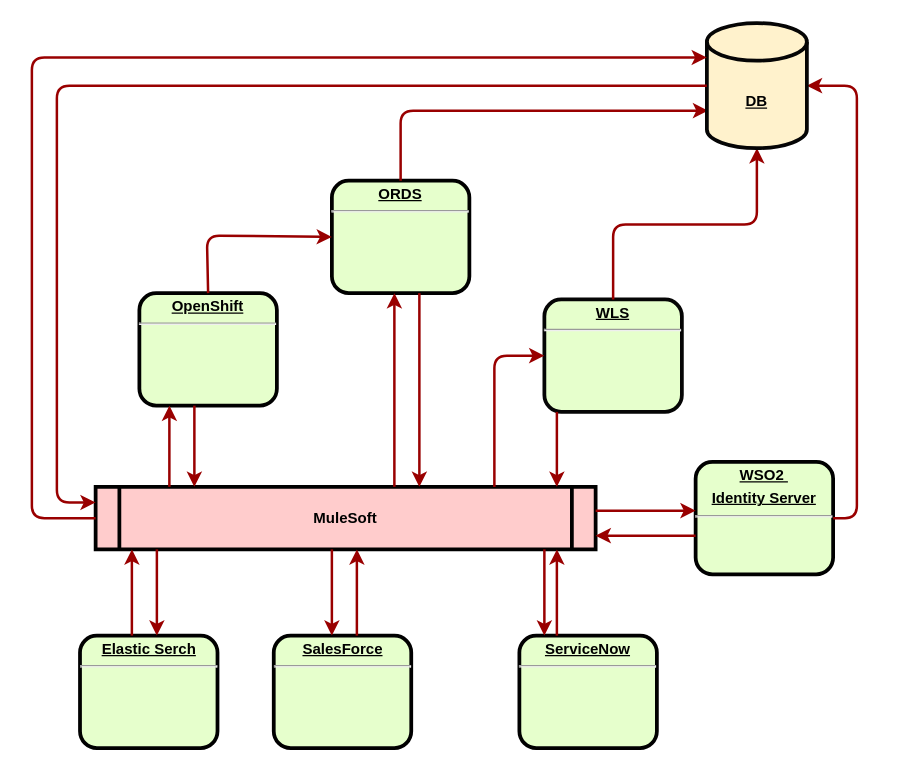
The draw.io diagram Flujo.drawio in jrmedrano11/Diagrams, before the edit. Source tidied: cells renumbered, new cells numbered last; positions are measured from the earlier drawing's top-left corner, leaving out a move shared by most shapes. Both pictures are drawn from the tidied source at 125%, with x=0, y=0 at pixel (31, 22).
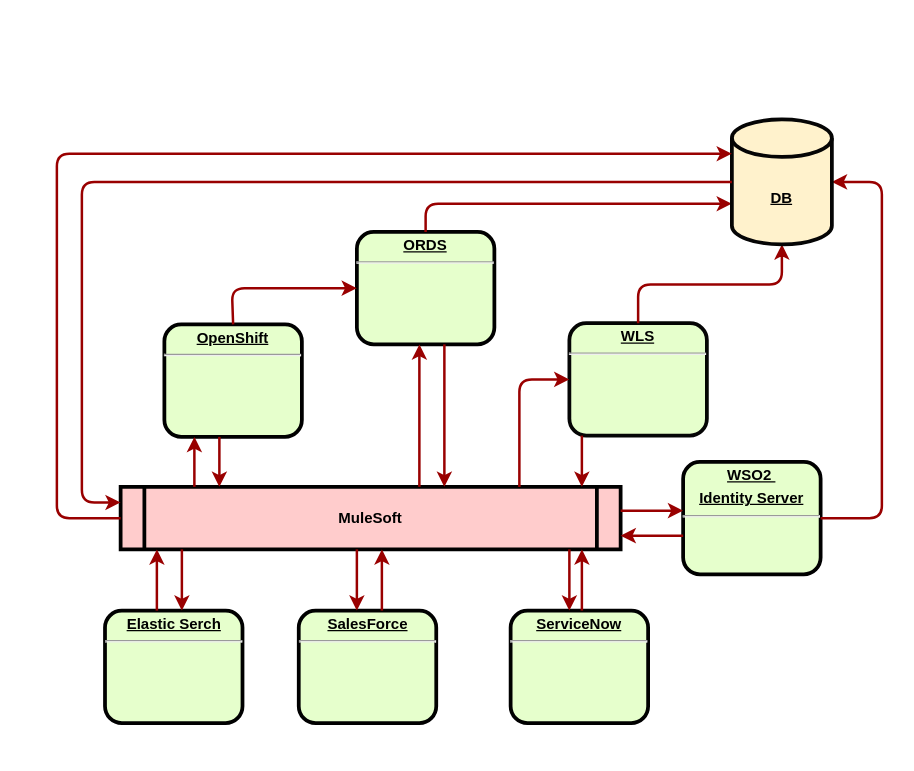
The same page after the edit.

What changed in the source:
```diff
@@
     <mxCell id="2" value="&lt;p style=&quot;margin: 0px; margin-top: 4px; text-align: center; text-decoration: underline;&quot;&gt;&lt;strong&gt;OpenShift&lt;/strong&gt;&lt;/p&gt;&lt;hr&gt;&lt;p style=&quot;margin: 0px; margin-left: 8px;&quot;&gt;&lt;br&gt;&lt;/p&gt;" style="verticalAlign=middle;align=center;overflow=fill;fontSize=12;fontFamily=Helvetica;html=1;rounded=1;fontStyle=1;strokeWidth=3;fillColor=#E6FFCC;" parent="1" vertex="1">
-      <mxGeometry x="86" y="216" width="110" height="90" as="geometry" />
+      <mxGeometry x="106" y="241" width="110" height="90" as="geometry" />
     </mxCell>
     <mxCell id="3" value="MuleSoft" style="shape=process;whiteSpace=wrap;align=center;verticalAlign=middle;size=0.0475;fontStyle=1;strokeWidth=3;fillColor=#FFCCCC;" parent="1" vertex="1">
-      <mxGeometry x="51" y="371" width="400" height="50" as="geometry" />
+      <mxGeometry x="71" y="371" width="400" height="50" as="geometry" />
     </mxCell>
     <mxCell id="4" value="&lt;p style=&quot;margin: 0px; margin-top: 4px; text-align: center; text-decoration: underline;&quot;&gt;&lt;strong&gt;ORDS&lt;br&gt;&lt;/strong&gt;&lt;/p&gt;&lt;hr&gt;&lt;p style=&quot;margin: 0px; margin-left: 8px;&quot;&gt;&lt;br&gt;&lt;/p&gt;" style="verticalAlign=middle;align=center;overflow=fill;fontSize=12;fontFamily=Helvetica;html=1;rounded=1;fontStyle=1;strokeWidth=3;fillColor=#E6FFCC;" parent="1" vertex="1">
-      <mxGeometry x="240" y="126" width="110" height="90" as="geometry" />
+      <mxGeometry x="260" y="167" width="110" height="90" as="geometry" />
     </mxCell>
     <mxCell id="5" value="&lt;p style=&quot;border-color: var(--border-color); margin: 4px 0px 0px; text-decoration-line: underline;&quot;&gt;&lt;strong style=&quot;border-color: var(--border-color);&quot;&gt;WSO2&amp;nbsp;&lt;/strong&gt;&lt;/p&gt;&lt;p style=&quot;border-color: var(--border-color); margin: 4px 0px 0px; text-decoration-line: underline;&quot;&gt;&lt;strong style=&quot;border-color: var(--border-color);&quot;&gt;Identity Server&lt;br style=&quot;border-color: var(--border-color);&quot;&gt;&lt;/strong&gt;&lt;/p&gt;&lt;hr style=&quot;border-color: var(--border-color);&quot;&gt;&lt;p style=&quot;border-color: var(--border-color); margin: 0px 0px 0px 8px;&quot;&gt;&lt;br style=&quot;border-color: var(--border-color);&quot;&gt;&lt;/p&gt;" style="verticalAlign=middle;align=center;overflow=fill;fontSize=12;fontFamily=Helvetica;html=1;rounded=1;fontStyle=1;strokeWidth=3;fillColor=#E6FFCC;" parent="1" vertex="1">
-      <mxGeometry x="531" y="351" width="110" height="90" as="geometry" />
+      <mxGeometry x="521" y="351" width="110" height="90" as="geometry" />
     </mxCell>
     <mxCell id="6" value="&lt;p style=&quot;margin: 0px; margin-top: 4px; text-align: center; text-decoration: underline;&quot;&gt;&lt;strong&gt;WLS&lt;br&gt;&lt;/strong&gt;&lt;/p&gt;&lt;hr&gt;&lt;p style=&quot;margin: 0px; margin-left: 8px;&quot;&gt;&lt;br&gt;&lt;/p&gt;" style="verticalAlign=middle;align=center;overflow=fill;fontSize=12;fontFamily=Helvetica;html=1;rounded=1;fontStyle=1;strokeWidth=3;fillColor=#E6FFCC;strokeColor=#050505;" parent="1" vertex="1">
-      <mxGeometry x="410" y="221" width="110" height="90" as="geometry" />
+      <mxGeometry x="430" y="240" width="110" height="90" as="geometry" />
     </mxCell>
     <mxCell id="7" value="&lt;p style=&quot;margin: 0px; margin-top: 4px; text-align: center; text-decoration: underline;&quot;&gt;&lt;strong&gt;ServiceNow&lt;/strong&gt;&lt;/p&gt;&lt;hr&gt;&lt;p style=&quot;margin: 0px; margin-left: 8px;&quot;&gt;&lt;br&gt;&lt;/p&gt;" style="verticalAlign=middle;align=center;overflow=fill;fontSize=12;fontFamily=Helvetica;html=1;rounded=1;fontStyle=1;strokeWidth=3;fillColor=#E6FFCC;" parent="1" vertex="1">
-      <mxGeometry x="390" y="490" width="110" height="90" as="geometry" />
+      <mxGeometry x="383" y="470" width="110" height="90" as="geometry" />
     </mxCell>
     <mxCell id="8" value="&lt;p style=&quot;margin: 0px; margin-top: 4px; text-align: center; text-decoration: underline;&quot;&gt;&lt;strong&gt;Elastic Serch&lt;br&gt;&lt;/strong&gt;&lt;/p&gt;&lt;hr&gt;&lt;p style=&quot;margin: 0px; margin-left: 8px;&quot;&gt;&lt;br&gt;&lt;/p&gt;" style="verticalAlign=middle;align=center;overflow=fill;fontSize=12;fontFamily=Helvetica;html=1;rounded=1;fontStyle=1;strokeWidth=3;fillColor=#E6FFCC;" parent="1" vertex="1">
-      <mxGeometry x="38.5" y="490" width="110" height="90" as="geometry" />
+      <mxGeometry x="58.5" y="470" width="110" height="90" as="geometry" />
     </mxCell>
     <mxCell id="9" style="edgeStyle=none;noEdgeStyle=1;strokeColor=#990000;strokeWidth=2;exitX=0.5;exitY=0;exitDx=0;exitDy=0;entryX=0;entryY=0.5;entryDx=0;entryDy=0;" parent="1" edge="1" source="2" target="4">
       <mxGeometry relative="1" as="geometry">
         <Array as="points">
-          <mxPoint x="140" y="170" />
+          <mxPoint x="160" y="212" />
         </Array>
       </mxGeometry>
     </mxCell>
     <mxCell id="10" value="&lt;p style=&quot;margin: 0px; margin-top: 4px; text-align: center; text-decoration: underline;&quot;&gt;&lt;strong style=&quot;background-color: initial;&quot;&gt;SalesForce&lt;/strong&gt;&lt;/p&gt;&lt;hr&gt;&lt;p style=&quot;margin: 0px; margin-left: 8px;&quot;&gt;&lt;br&gt;&lt;/p&gt;" style="verticalAlign=middle;align=center;overflow=fill;fontSize=12;fontFamily=Helvetica;html=1;rounded=1;fontStyle=1;strokeWidth=3;fillColor=#E6FFCC;" parent="1" vertex="1">
-      <mxGeometry x="193.5" y="490" width="110" height="90" as="geometry" />
+      <mxGeometry x="213.5" y="470" width="110" height="90" as="geometry" />
     </mxCell>
     <mxCell id="11" style="edgeStyle=elbowEdgeStyle;elbow=horizontal;strokeColor=#990000;strokeWidth=2;" parent="1" edge="1" source="3" target="2">
       <mxGeometry relative="1" as="geometry">
         <Array as="points">
-          <mxPoint x="110" y="350" />
+          <mxPoint x="130" y="350" />
         </Array>
       </mxGeometry>
     </mxCell>
     <mxCell id="12" style="edgeStyle=elbowEdgeStyle;elbow=horizontal;strokeColor=#990000;strokeWidth=2;" parent="1" edge="1" source="2" target="3">
       <mxGeometry relative="1" as="geometry">
         <Array as="points">
-          <mxPoint x="130" y="340" />
+          <mxPoint x="150" y="340" />
         </Array>
       </mxGeometry>
     </mxCell>
     <mxCell id="13" style="edgeStyle=elbowEdgeStyle;elbow=horizontal;strokeColor=#990000;strokeWidth=2;" parent="1" edge="1" source="3" target="4">
       <mxGeometry relative="1" as="geometry">
         <Array as="points">
-          <mxPoint x="290" y="290" />
+          <mxPoint x="310" y="290" />
         </Array>
       </mxGeometry>
     </mxCell>
     <mxCell id="14" style="edgeStyle=elbowEdgeStyle;elbow=horizontal;strokeColor=#990000;strokeWidth=2;" parent="1" edge="1" source="4" target="3">
       <mxGeometry relative="1" as="geometry">
         <Array as="points">
-          <mxPoint x="310" y="300" />
+          <mxPoint x="330" y="300" />
         </Array>
       </mxGeometry>
     </mxCell>
-    <mxCell id="15" style="edgeStyle=elbowEdgeStyle;elbow=horizontal;strokeColor=#990000;strokeWidth=2;" parent="1" edge="1" source="4">
+    <mxCell id="15" style="edgeStyle=elbowEdgeStyle;elbow=horizontal;strokeColor=#990000;strokeWidth=2;entryX=0;entryY=0;entryDx=0;entryDy=67.5;entryPerimeter=0;" parent="1" edge="1" source="4" target="28">
       <mxGeometry relative="1" as="geometry">
-        <mxPoint x="541" y="70" as="targetPoint" />
         <Array as="points">
-          <mxPoint x="295" y="120" />
+          <mxPoint x="315" y="120" />
         </Array>
       </mxGeometry>
     </mxCell>
@@
     <mxCell id="17" style="edgeStyle=elbowEdgeStyle;elbow=horizontal;strokeColor=#990000;strokeWidth=2;" parent="1" edge="1" source="6" target="3">
       <mxGeometry relative="1" as="geometry">
         <Array as="points">
-          <mxPoint x="420" y="340" />
+          <mxPoint x="440" y="340" />
         </Array>
       </mxGeometry>
     </mxCell>
-    <mxCell id="18" style="edgeStyle=segmentEdgeStyle;strokeColor=#990000;strokeWidth=2;" parent="1" edge="1" source="3" target="6">
+    <mxCell id="18" style="edgeStyle=segmentEdgeStyle;strokeColor=#990000;strokeWidth=2;entryX=0;entryY=0.5;entryDx=0;entryDy=0;" parent="1" edge="1" source="3" target="6">
       <mxGeometry relative="1" as="geometry">
         <Array as="points">
-          <mxPoint x="370" y="266" />
+          <mxPoint x="390" y="285" />
         </Array>
       </mxGeometry>
     </mxCell>
     <mxCell id="19" style="edgeStyle=elbowEdgeStyle;elbow=vertical;strokeColor=#990000;strokeWidth=2;" parent="1" edge="1" source="3" target="5">
       <mxGeometry relative="1" as="geometry">
         <Array as="points">
-          <mxPoint x="500" y="390" />
+          <mxPoint x="520" y="390" />
         </Array>
       </mxGeometry>
     </mxCell>
     <mxCell id="20" style="edgeStyle=elbowEdgeStyle;elbow=vertical;strokeColor=#990000;strokeWidth=2;" parent="1" edge="1" source="5" target="3">
       <mxGeometry relative="1" as="geometry">
         <Array as="points">
-          <mxPoint x="500" y="410" />
+          <mxPoint x="520" y="410" />
         </Array>
       </mxGeometry>
     </mxCell>
     <mxCell id="21" style="edgeStyle=elbowEdgeStyle;elbow=horizontal;strokeColor=#990000;strokeWidth=2;" parent="1" edge="1" source="7" target="3">
       <mxGeometry relative="1" as="geometry">
         <Array as="points">
-          <mxPoint x="420" y="450" />
+          <mxPoint x="440" y="450" />
         </Array>
       </mxGeometry>
     </mxCell>
     <mxCell id="22" style="edgeStyle=elbowEdgeStyle;elbow=horizontal;strokeColor=#990000;strokeWidth=2;" parent="1" edge="1" source="3" target="7">
       <mxGeometry relative="1" as="geometry">
         <Array as="points">
-          <mxPoint x="410" y="460" />
+          <mxPoint x="430" y="460" />
         </Array>
       </mxGeometry>
     </mxCell>
     <mxCell id="23" style="edgeStyle=elbowEdgeStyle;elbow=horizontal;strokeColor=#990000;strokeWidth=2;entryX=1;entryY=0.5;entryDx=0;entryDy=0;entryPerimeter=0;exitX=1;exitY=0.5;exitDx=0;exitDy=0;" parent="1" edge="1" source="5" target="28">
       <mxGeometry relative="1" as="geometry">
         <Array as="points">
-          <mxPoint x="660" y="240" />
-          <mxPoint x="630" y="210" />
-          <mxPoint x="650" y="610" />
-          <mxPoint x="650" y="660" />
-          <mxPoint x="660" y="290" />
-          <mxPoint x="530" y="610" />
-          <mxPoint x="660" y="190" />
+          <mxPoint x="680" y="240" />
+          <mxPoint x="650" y="210" />
+          <mxPoint x="670" y="610" />
+          <mxPoint x="670" y="660" />
+          <mxPoint x="680" y="290" />
+          <mxPoint x="550" y="610" />
+          <mxPoint x="680" y="190" />
         </Array>
       </mxGeometry>
     </mxCell>
     <mxCell id="24" style="edgeStyle=elbowEdgeStyle;elbow=horizontal;strokeColor=#990000;strokeWidth=2;" parent="1" edge="1" source="3" target="10">
       <mxGeometry relative="1" as="geometry">
         <Array as="points">
-          <mxPoint x="240" y="450" />
+          <mxPoint x="260" y="450" />
         </Array>
       </mxGeometry>
     </mxCell>
     <mxCell id="25" style="edgeStyle=elbowEdgeStyle;elbow=horizontal;strokeColor=#990000;strokeWidth=2;" parent="1" edge="1" source="10" target="3">
       <mxGeometry relative="1" as="geometry">
         <Array as="points">
-          <mxPoint x="260" y="450" />
+          <mxPoint x="280" y="450" />
         </Array>
       </mxGeometry>
     </mxCell>
     <mxCell id="26" style="edgeStyle=elbowEdgeStyle;elbow=horizontal;strokeColor=#990000;strokeWidth=2;" parent="1" edge="1" source="3" target="8">
       <mxGeometry relative="1" as="geometry">
         <Array as="points">
-          <mxPoint x="100" y="450" />
+          <mxPoint x="120" y="450" />
         </Array>
       </mxGeometry>
     </mxCell>
     <mxCell id="27" style="edgeStyle=elbowEdgeStyle;elbow=horizontal;strokeColor=#990000;strokeWidth=2;" parent="1" edge="1" source="8" target="3">
       <mxGeometry relative="1" as="geometry">
         <Array as="points">
-          <mxPoint x="80" y="450" />
+          <mxPoint x="100" y="450" />
         </Array>
       </mxGeometry>
     </mxCell>
     <mxCell id="28" value="&lt;b&gt;&lt;u&gt;DB&lt;/u&gt;&lt;/b&gt;" style="shape=cylinder3;whiteSpace=wrap;html=1;boundedLbl=1;backgroundOutline=1;size=15;fillColor=#fff2cc;strokeColor=#050505;strokeWidth=3;" parent="1" vertex="1">
-      <mxGeometry x="540" width="80" height="100" as="geometry" />
+      <mxGeometry x="560" y="77" width="80" height="100" as="geometry" />
     </mxCell>
     <mxCell id="29" style="edgeStyle=elbowEdgeStyle;elbow=horizontal;strokeColor=#990000;strokeWidth=2;exitX=0;exitY=0.5;exitDx=0;exitDy=0;entryX=0;entryY=0;entryDx=0;entryDy=27.5;entryPerimeter=0;" parent="1" edge="1" source="3" target="28">
       <mxGeometry relative="1" as="geometry">
         <Array as="points">
-          <mxPoint y="220" />
+          <mxPoint x="20" y="220" />
         </Array>
       </mxGeometry>
     </mxCell>
     <mxCell id="30" style="edgeStyle=elbowEdgeStyle;elbow=horizontal;strokeColor=#990000;strokeWidth=2;exitX=0;exitY=0.5;exitDx=0;exitDy=0;exitPerimeter=0;entryX=0;entryY=0.25;entryDx=0;entryDy=0;" parent="1" edge="1" source="28" target="3">
       <mxGeometry relative="1" as="geometry">
         <Array as="points">
-          <mxPoint x="20" y="220" />
+          <mxPoint x="40" y="220" />
         </Array>
       </mxGeometry>
     </mxCell>
```
